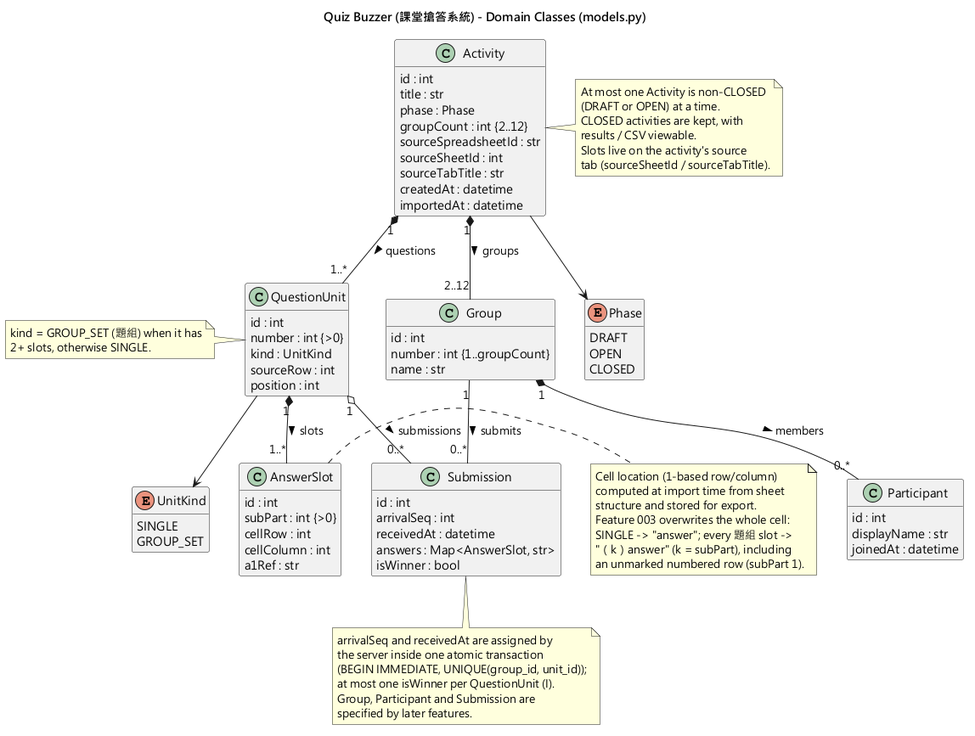
The PlantUML diagram diagrams/domain-class.png in WasabiSaikou/quiz-buzzer, before a commit.
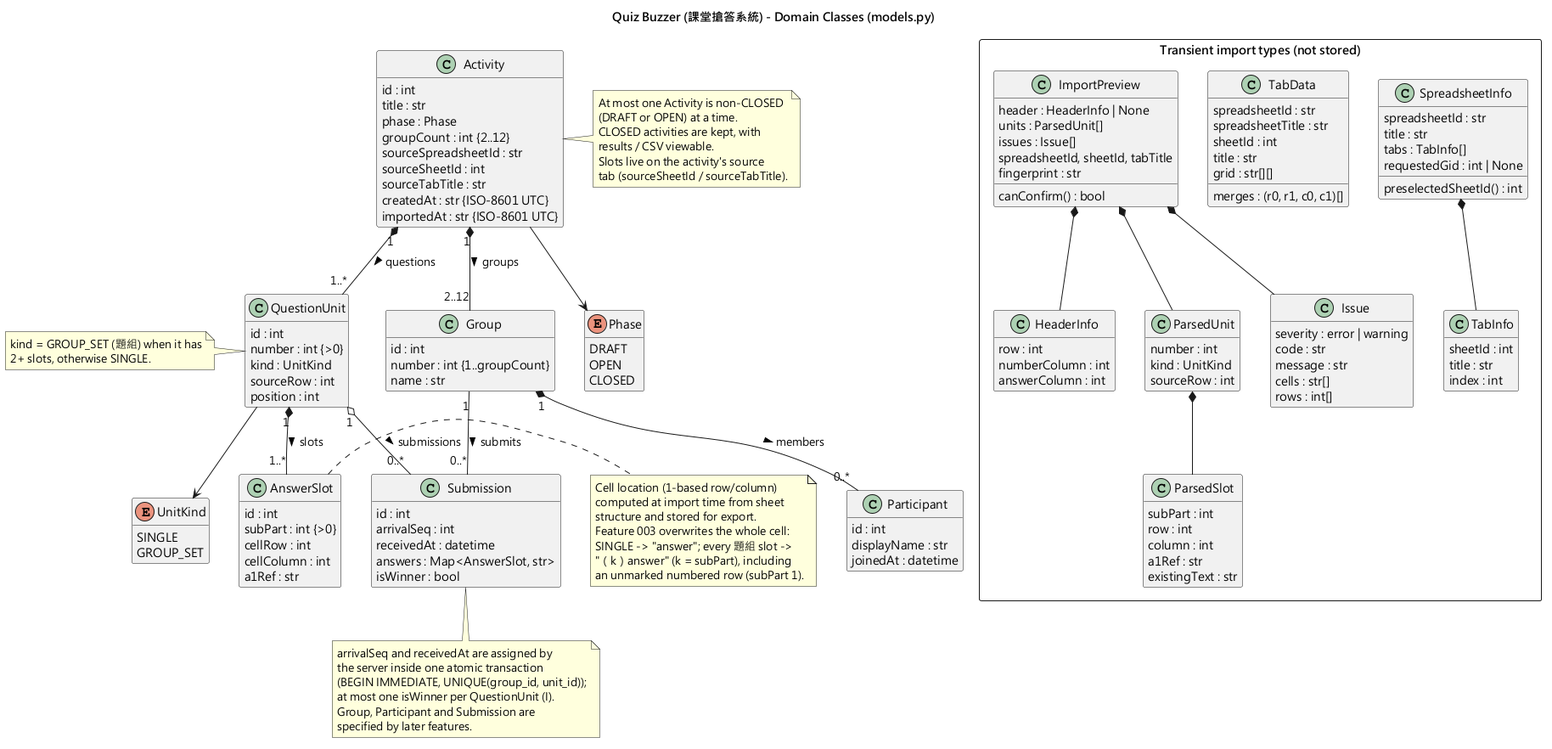
After the change.

Change to the diagram source:
```diff
@@ -24,8 +24,8 @@
   sourceSpreadsheetId : str
   sourceSheetId : int
   sourceTabTitle : str
-  createdAt : datetime
-  importedAt : datetime
+  createdAt : str {ISO-8601 UTC}
+  importedAt : str {ISO-8601 UTC}
 }
 
 class QuestionUnit {
@@ -105,4 +105,65 @@
   kind = GROUP_SET (題組) when it has
   2+ slots, otherwise SINGLE.
 end note
+
+package "Transient import types (not stored)" <<Rectangle>> {
+  class SpreadsheetInfo {
+    spreadsheetId : str
+    title : str
+    tabs : TabInfo[]
+    requestedGid : int | None
+    preselectedSheetId() : int
+  }
+  class TabInfo {
+    sheetId : int
+    title : str
+    index : int
+  }
+  class TabData {
+    spreadsheetId : str
+    spreadsheetTitle : str
+    sheetId : int
+    title : str
+    grid : str[][]
+    merges : (r0, r1, c0, c1)[]
+  }
+  class ImportPreview {
+    header : HeaderInfo | None
+    units : ParsedUnit[]
+    issues : Issue[]
+    spreadsheetId, sheetId, tabTitle
+    fingerprint : str
+    canConfirm() : bool
+  }
+  class HeaderInfo {
+    row : int
+    numberColumn : int
+    answerColumn : int
+  }
+  class ParsedUnit {
+    number : int
+    kind : UnitKind
+    sourceRow : int
+  }
+  class ParsedSlot {
+    subPart : int
+    row : int
+    column : int
+    a1Ref : str
+    existingText : str
+  }
+  class Issue {
+    severity : error | warning
+    code : str
+    message : str
+    cells : str[]
+    rows : int[]
+  }
+}
+
+SpreadsheetInfo *-- TabInfo
+ImportPreview *-- HeaderInfo
+ImportPreview *-- ParsedUnit
+ImportPreview *-- Issue
+ParsedUnit *-- ParsedSlot
 @enduml
```
